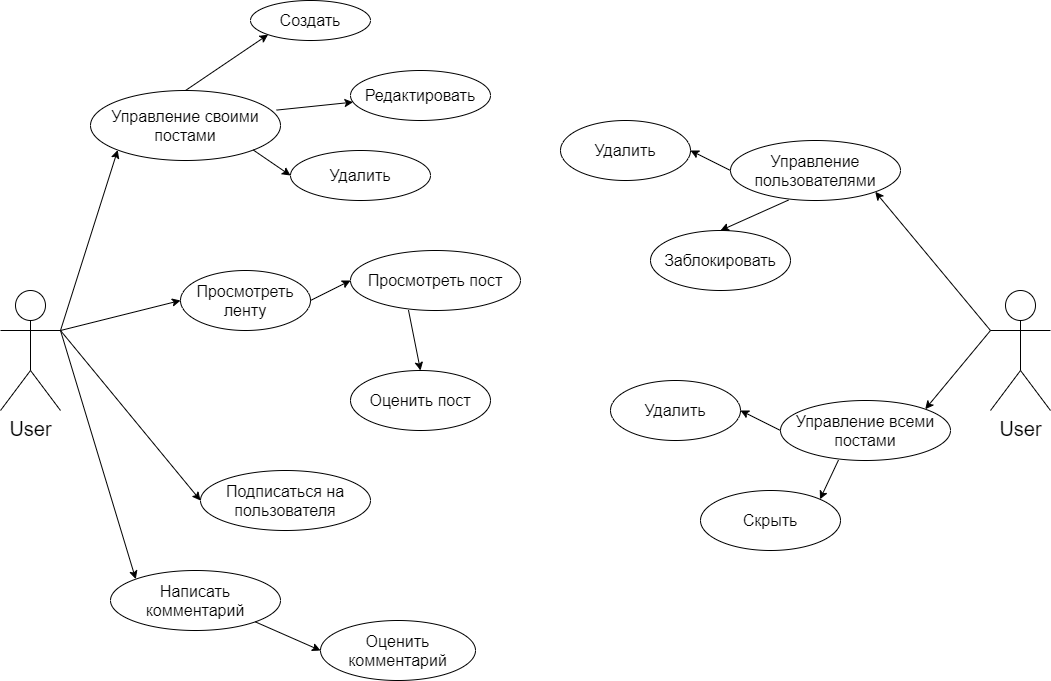
The draw.io diagram Untitled Diagram.png in PsChester/go-labs, before a commit. Source tidied: cells renumbered, new cells last; positions are measured from the earlier drawing's top-left corner, leaving out a move shared by most shapes.
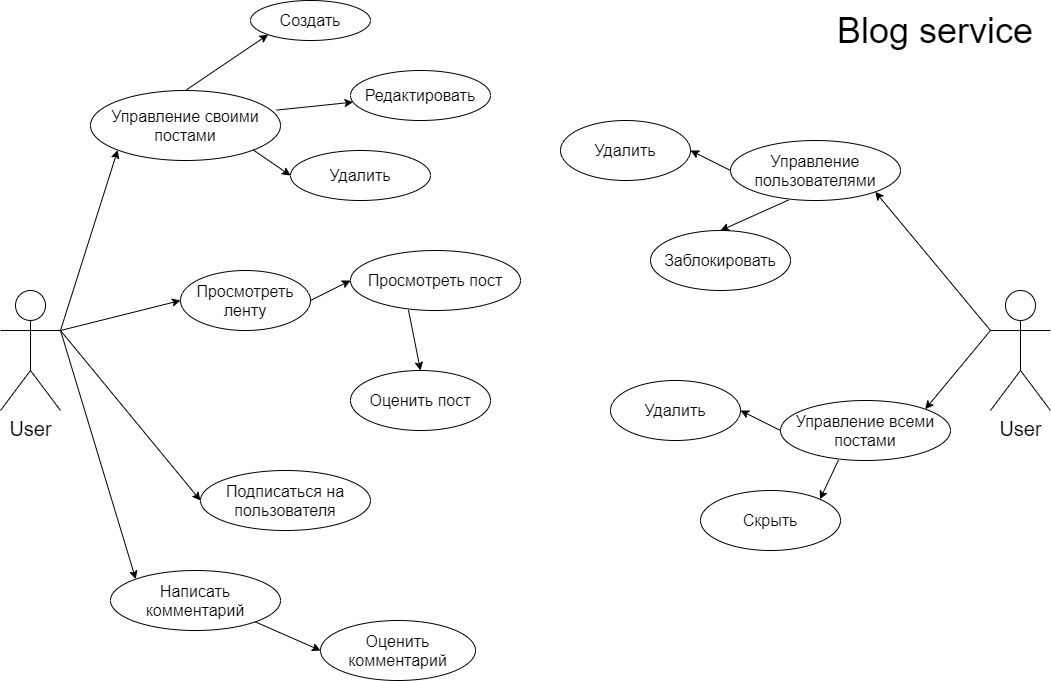
After the commit.

Commit message:
Добавил название

Diff of the diagram source:
```diff
@@ -106,5 +106,8 @@
     <mxCell id="35" style="endArrow=classic;html=1;fontSize=16;fontColor=#99FFCC;entryX=1;entryY=0;entryDx=0;entryDy=0;exitX=0;exitY=0.3333333333333333;exitDx=0;exitDy=0;exitPerimeter=0;" parent="1" edge="1" source="4" target="31">
       <mxGeometry relative="1" as="geometry" />
     </mxCell>
+    <mxCell id="36" value="Blog service" style="text;html=1;strokeColor=none;fillColor=none;align=center;verticalAlign=middle;whiteSpace=wrap;rounded=0;labelBackgroundColor=none;fontSize=36;" parent="1" vertex="1">
+      <mxGeometry x="820" y="20" width="230" height="20" as="geometry" />
+    </mxCell>
   </root>
 </mxGraphModel>
```
